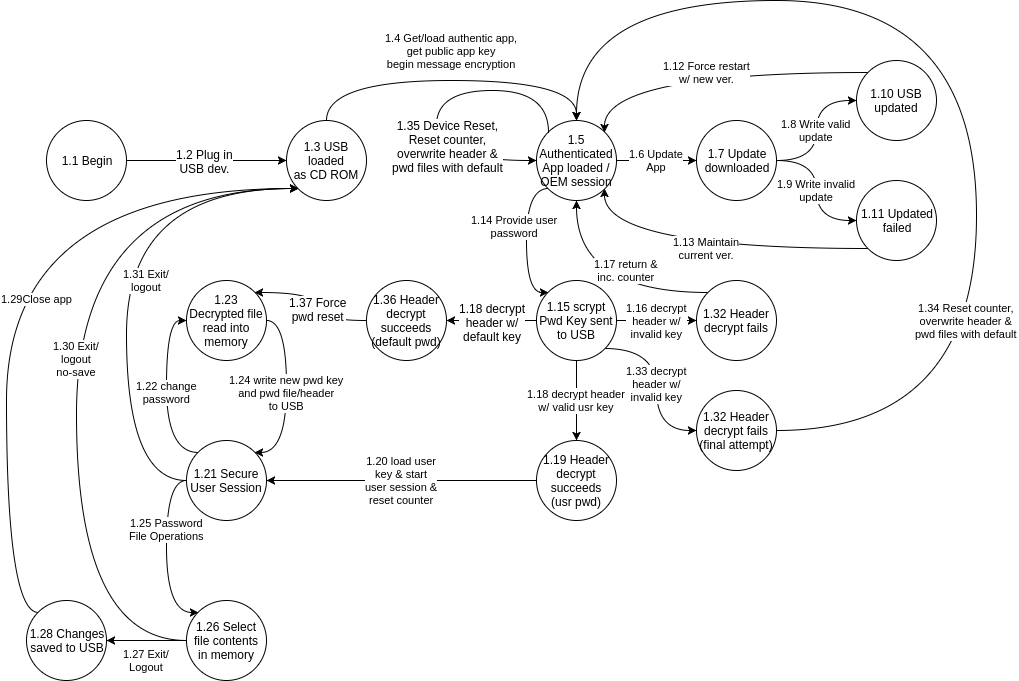
This is graphics/DFD_App.png from pacman47403/B547A1, a draw.io export, as it was before one commit. Source tidied: cells renumbered, new cells last; positions are measured from the earlier drawing's top-left corner, leaving out a move shared by most shapes.
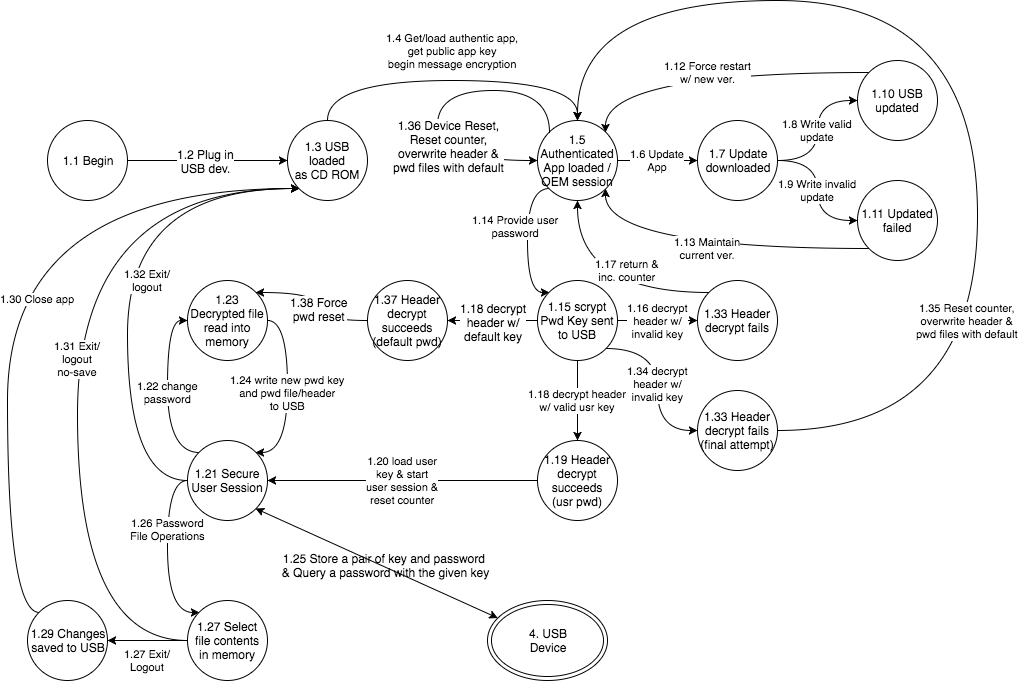
The same diagram one commit later.

Commit message:
Add new DFDs with the key/password management.

Change to the diagram source:
```diff
@@ -42,7 +42,7 @@
     <mxCell id="11" value="1.18 decrypt header&lt;div&gt;w/ valid usr key&lt;/div&gt;" style="edgeStyle=orthogonalEdgeStyle;curved=1;rounded=0;html=1;startArrow=none;startFill=0;endArrow=classic;endFill=1;jettySize=auto;strokeColor=#000000;strokeWidth=1;fontColor=#000000;" parent="1" edge="1" source="15" target="17">
       <mxGeometry relative="1" as="geometry" />
     </mxCell>
-    <mxCell id="12" value="1.33 decrypt&lt;div&gt;header w/&lt;/div&gt;&lt;div&gt;invalid key&lt;/div&gt;" style="edgeStyle=orthogonalEdgeStyle;curved=1;rounded=0;html=1;exitX=1;exitY=1;entryX=0;entryY=0.5;startArrow=none;startFill=0;endArrow=classic;endFill=1;jettySize=auto;strokeColor=#000000;strokeWidth=1;fontColor=#000000;" parent="1" edge="1" source="15" target="39">
+    <mxCell id="12" value="1.34 decrypt&lt;div&gt;header w/&lt;/div&gt;&lt;div&gt;invalid key&lt;/div&gt;" style="edgeStyle=orthogonalEdgeStyle;curved=1;rounded=0;html=1;exitX=1;exitY=1;entryX=0;entryY=0.5;startArrow=none;startFill=0;endArrow=classic;endFill=1;jettySize=auto;strokeColor=#000000;strokeWidth=1;fontColor=#000000;" parent="1" edge="1" source="15" target="39">
       <mxGeometry relative="1" as="geometry" />
     </mxCell>
     <mxCell id="13" style="edgeStyle=orthogonalEdgeStyle;curved=1;rounded=0;html=1;exitX=0;exitY=0.5;entryX=1;entryY=0.5;startArrow=none;startFill=0;endArrow=classic;endFill=1;jettySize=auto;strokeColor=#000000;strokeWidth=1;fontColor=#000000;" parent="1" edge="1" source="15" target="44">
@@ -68,7 +68,7 @@
         </Array>
       </mxGeometry>
     </mxCell>
-    <mxCell id="19" value="1.31 Exit/&lt;div&gt;logout&lt;/div&gt;" style="edgeStyle=orthogonalEdgeStyle;curved=1;rounded=0;html=1;exitX=0;exitY=0.5;entryX=0;entryY=1;startArrow=none;startFill=0;endArrow=classic;endFill=1;jettySize=auto;strokeColor=#000000;strokeWidth=1;fontColor=#000000;" parent="1" edge="1" source="20" target="6">
+    <mxCell id="19" value="1.32 Exit/&lt;div&gt;logout&lt;/div&gt;" style="edgeStyle=orthogonalEdgeStyle;curved=1;rounded=0;html=1;exitX=0;exitY=0.5;entryX=0;entryY=1;startArrow=none;startFill=0;endArrow=classic;endFill=1;jettySize=auto;strokeColor=#000000;strokeWidth=1;fontColor=#000000;" parent="1" edge="1" source="20" target="6">
       <mxGeometry x="-0.01" y="-20" relative="1" as="geometry">
         <Array as="points">
           <mxPoint x="120" y="480" />
@@ -93,7 +93,7 @@
     <mxCell id="23" value="1.17 return &amp;amp;&lt;div&gt;inc. counter&lt;/div&gt;" style="edgeStyle=orthogonalEdgeStyle;curved=1;rounded=0;html=1;exitX=0;exitY=0;entryX=0.5;entryY=1;startArrow=none;startFill=0;endArrow=classic;endFill=1;jettySize=auto;strokeColor=#000000;strokeWidth=1;fontColor=#000000;" parent="1" edge="1" source="24" target="9">
       <mxGeometry x="-0.27" y="-22" relative="1" as="geometry" />
     </mxCell>
-    <mxCell id="24" value="1.32 Header decrypt fails" style="ellipse;whiteSpace=wrap;html=1;strokeColor=#000000;strokeWidth=1;fillColor=#ffffff;fontColor=#000000;align=center;" parent="1" vertex="1">
+    <mxCell id="24" value="1.33 Header decrypt fails" style="ellipse;whiteSpace=wrap;html=1;strokeColor=#000000;strokeWidth=1;fillColor=#ffffff;fontColor=#000000;align=center;" parent="1" vertex="1">
       <mxGeometry x="690" y="280" width="80" height="80" as="geometry" />
     </mxCell>
     <mxCell id="25" value="1.8 Write valid&lt;div&gt;update&lt;/div&gt;" style="edgeStyle=orthogonalEdgeStyle;curved=1;rounded=0;html=1;startArrow=none;startFill=0;endArrow=classic;endFill=1;jettySize=auto;strokeColor=#000000;strokeWidth=1;fontColor=#000000;" parent="1" edge="1" source="27" target="29">
@@ -125,7 +125,7 @@
     <mxCell id="31" value="1.11 Updated&lt;div&gt;failed&lt;/div&gt;" style="ellipse;whiteSpace=wrap;html=1;strokeColor=#000000;strokeWidth=1;fillColor=#ffffff;fontColor=#000000;align=center;" parent="1" vertex="1">
       <mxGeometry x="850" y="180" width="80" height="80" as="geometry" />
     </mxCell>
-    <mxCell id="32" value="1.25 Password&lt;div&gt;File Operations&lt;/div&gt;" style="edgeStyle=orthogonalEdgeStyle;curved=1;rounded=0;html=1;exitX=0;exitY=0.5;entryX=0;entryY=0;startArrow=none;startFill=0;endArrow=classic;endFill=1;jettySize=auto;strokeColor=#000000;strokeWidth=1;fontColor=#000000;" parent="1" edge="1" source="20" target="35">
+    <mxCell id="32" value="1.26 Password&lt;div&gt;File Operations&lt;/div&gt;" style="edgeStyle=orthogonalEdgeStyle;curved=1;rounded=0;html=1;exitX=0;exitY=0.5;entryX=0;entryY=0;startArrow=none;startFill=0;endArrow=classic;endFill=1;jettySize=auto;strokeColor=#000000;strokeWidth=1;fontColor=#000000;" parent="1" edge="1" source="20" target="35">
       <mxGeometry x="-0.25" relative="1" as="geometry">
         <Array as="points">
           <mxPoint x="160" y="480" />
@@ -136,7 +136,7 @@
     <mxCell id="33" value="1.27 Exit/&lt;div&gt;Logout&lt;/div&gt;" style="edgeStyle=orthogonalEdgeStyle;curved=1;rounded=0;html=1;startArrow=none;startFill=0;endArrow=classic;endFill=1;jettySize=auto;strokeColor=#000000;strokeWidth=1;fontColor=#000000;" parent="1" edge="1" source="35" target="37">
       <mxGeometry y="20" relative="1" as="geometry" />
     </mxCell>
-    <mxCell id="34" value="1.30 Exit/&lt;div&gt;logout&lt;/div&gt;&lt;div&gt;no-save&lt;/div&gt;" style="edgeStyle=orthogonalEdgeStyle;curved=1;rounded=0;html=1;exitX=0;exitY=0.5;entryX=0;entryY=1;startArrow=none;startFill=0;endArrow=classic;endFill=1;jettySize=auto;strokeColor=#000000;strokeWidth=1;fontColor=#000000;" parent="1" edge="1" source="35" target="6">
+    <mxCell id="34" value="1.31 Exit/&lt;div&gt;logout&lt;/div&gt;&lt;div&gt;no-save&lt;/div&gt;" style="edgeStyle=orthogonalEdgeStyle;curved=1;rounded=0;html=1;exitX=0;exitY=0.5;entryX=0;entryY=1;startArrow=none;startFill=0;endArrow=classic;endFill=1;jettySize=auto;strokeColor=#000000;strokeWidth=1;fontColor=#000000;" parent="1" edge="1" source="35" target="6">
       <mxGeometry relative="1" as="geometry">
         <Array as="points">
           <mxPoint x="70" y="640" />
@@ -144,10 +144,10 @@
         </Array>
       </mxGeometry>
     </mxCell>
-    <mxCell id="35" value="1.26 Select file contents in memory" style="ellipse;whiteSpace=wrap;html=1;strokeColor=#000000;strokeWidth=1;fillColor=#ffffff;fontColor=#000000;align=center;" parent="1" vertex="1">
+    <mxCell id="35" value="1.27 Select file contents in memory" style="ellipse;whiteSpace=wrap;html=1;strokeColor=#000000;strokeWidth=1;fillColor=#ffffff;fontColor=#000000;align=center;" parent="1" vertex="1">
       <mxGeometry x="180" y="600" width="80" height="80" as="geometry" />
     </mxCell>
-    <mxCell id="36" value="1.29Close app" style="edgeStyle=orthogonalEdgeStyle;curved=1;rounded=0;html=1;exitX=0;exitY=0;entryX=0;entryY=1;startArrow=none;startFill=0;endArrow=classic;endFill=1;jettySize=auto;strokeColor=#000000;strokeWidth=1;fontColor=#000000;" parent="1" edge="1" source="37" target="6">
+    <mxCell id="36" value="1.30 Close app" style="edgeStyle=orthogonalEdgeStyle;curved=1;rounded=0;html=1;exitX=0;exitY=0;entryX=0;entryY=1;startArrow=none;startFill=0;endArrow=classic;endFill=1;jettySize=auto;strokeColor=#000000;strokeWidth=1;fontColor=#000000;" parent="1" edge="1" source="37" target="6">
       <mxGeometry x="-0.08" y="-30" relative="1" as="geometry">
         <Array as="points">
           <mxPoint y="612" />
@@ -155,10 +155,10 @@
         </Array>
       </mxGeometry>
     </mxCell>
-    <mxCell id="37" value="1.28 Changes&lt;div&gt;saved to USB&lt;/div&gt;" style="ellipse;whiteSpace=wrap;html=1;strokeColor=#000000;strokeWidth=1;fillColor=#ffffff;fontColor=#000000;align=center;" parent="1" vertex="1">
+    <mxCell id="37" value="1.29 Changes&lt;div&gt;saved to USB&lt;/div&gt;" style="ellipse;whiteSpace=wrap;html=1;strokeColor=#000000;strokeWidth=1;fillColor=#ffffff;fontColor=#000000;align=center;" parent="1" vertex="1">
       <mxGeometry x="20" y="600" width="80" height="80" as="geometry" />
     </mxCell>
-    <mxCell id="38" value="1.34 Reset counter,&lt;div&gt;overwrite header &amp;amp;&lt;/div&gt;&lt;div&gt;pwd files with default&lt;/div&gt;" style="edgeStyle=orthogonalEdgeStyle;curved=1;rounded=0;html=1;exitX=1;exitY=0.5;entryX=0.5;entryY=0;startArrow=none;startFill=0;endArrow=classic;endFill=1;jettySize=auto;strokeColor=#000000;strokeWidth=1;fontColor=#000000;" parent="1" edge="1" source="39" target="9">
+    <mxCell id="38" value="1.35 Reset counter,&lt;div&gt;&lt;div&gt;overwrite header &amp;amp;&lt;/div&gt;&lt;div&gt;pwd files with default&lt;/div&gt;&lt;/div&gt;" style="edgeStyle=orthogonalEdgeStyle;curved=1;rounded=0;html=1;exitX=1;exitY=0.5;entryX=0.5;entryY=0;startArrow=none;startFill=0;endArrow=classic;endFill=1;jettySize=auto;strokeColor=#000000;strokeWidth=1;fontColor=#000000;" parent="1" edge="1" source="39" target="9">
       <mxGeometry x="-0.67" y="110" relative="1" as="geometry">
         <Array as="points">
           <mxPoint x="970" y="430" />
@@ -167,7 +167,7 @@
         </Array>
       </mxGeometry>
     </mxCell>
-    <mxCell id="39" value="1.32 Header decrypt fails (final attempt)" style="ellipse;whiteSpace=wrap;html=1;strokeColor=#000000;strokeWidth=1;fillColor=#ffffff;fontColor=#000000;align=center;" parent="1" vertex="1">
+    <mxCell id="39" value="1.33 Header decrypt fails (final attempt)" style="ellipse;whiteSpace=wrap;html=1;strokeColor=#000000;strokeWidth=1;fillColor=#ffffff;fontColor=#000000;align=center;" parent="1" vertex="1">
       <mxGeometry x="690" y="390" width="80" height="80" as="geometry" />
     </mxCell>
     <mxCell id="40" style="edgeStyle=orthogonalEdgeStyle;curved=1;rounded=0;html=1;exitX=0;exitY=0;entryX=0;entryY=0.5;startArrow=none;startFill=0;endArrow=classic;endFill=1;jettySize=auto;orthogonalLoop=1;strokeColor=#000000;strokeWidth=1;fontColor=#000000;" parent="1" edge="1" source="9" target="9">
@@ -179,17 +179,26 @@
         </Array>
       </mxGeometry>
     </mxCell>
-    <mxCell id="41" value="&lt;span&gt;1.35 Device Reset,&lt;/span&gt;&lt;div&gt;&lt;span&gt;Reset counter,&lt;/span&gt;&lt;div&gt;overwrite header &amp;amp;&lt;/div&gt;&lt;div&gt;pwd files with default&lt;/div&gt;&lt;/div&gt;" style="text;html=1;align=center;verticalAlign=middle;labelBackgroundColor=#ffffff;fontColor=#000000;" parent="40" vertex="1">
+    <mxCell id="41" value="&lt;span&gt;1.36 Device Reset,&lt;/span&gt;&lt;div&gt;&lt;span&gt;Reset counter,&lt;/span&gt;&lt;div&gt;overwrite header &amp;amp;&lt;/div&gt;&lt;div&gt;pwd files with default&lt;/div&gt;&lt;/div&gt;" style="text;html=1;align=center;verticalAlign=middle;labelBackgroundColor=#ffffff;fontColor=#000000;" parent="40" vertex="1">
       <mxGeometry x="0.29" y="11" relative="1" as="geometry" />
     </mxCell>
     <mxCell id="42" style="edgeStyle=orthogonalEdgeStyle;curved=1;rounded=0;html=1;exitX=0;exitY=0.5;entryX=1;entryY=0;startArrow=none;startFill=0;endArrow=classic;endFill=1;jettySize=auto;strokeColor=#000000;strokeWidth=1;fontColor=#000000;" parent="1" edge="1" source="44" target="22">
       <mxGeometry relative="1" as="geometry" />
     </mxCell>
-    <mxCell id="43" value="1.37 Force&lt;div&gt;pwd reset&lt;/div&gt;" style="text;html=1;align=center;verticalAlign=middle;labelBackgroundColor=#ffffff;fontColor=#000000;" parent="42" vertex="1">
+    <mxCell id="43" value="1.38 Force&lt;div&gt;pwd reset&lt;/div&gt;" style="text;html=1;align=center;verticalAlign=middle;labelBackgroundColor=#ffffff;fontColor=#000000;" parent="42" vertex="1">
       <mxGeometry x="-0.3" y="-12" relative="1" as="geometry" />
     </mxCell>
-    <mxCell id="44" value="1.36 Header decrypt succeeds&lt;div&gt;(default pwd)&lt;/div&gt;" style="ellipse;whiteSpace=wrap;html=1;strokeColor=#000000;strokeWidth=1;fillColor=#ffffff;fontColor=#000000;align=center;" parent="1" vertex="1">
+    <mxCell id="44" value="1.37 Header decrypt succeeds&lt;div&gt;(default pwd)&lt;/div&gt;" style="ellipse;whiteSpace=wrap;html=1;strokeColor=#000000;strokeWidth=1;fillColor=#ffffff;fontColor=#000000;align=center;" parent="1" vertex="1">
       <mxGeometry x="360" y="280" width="80" height="80" as="geometry" />
     </mxCell>
+    <mxCell id="45" value="4. USB&lt;div&gt;Device&lt;/div&gt;" style="ellipse;shape=doubleEllipse;whiteSpace=wrap;html=1;" parent="1" vertex="1">
+      <mxGeometry x="480" y="600" width="120" height="80" as="geometry" />
+    </mxCell>
+    <mxCell id="46" style="endArrow=classic;startArrow=classic;html=1;exitX=1;exitY=1;" parent="1" edge="1" source="20" target="45">
+      <mxGeometry relative="1" as="geometry" />
+    </mxCell>
+    <mxCell id="47" value="1.25 Store a pair of key and password&amp;nbsp;&lt;div&gt;&amp;amp; Query a password with the given key&lt;/div&gt;" style="text;html=1;strokeColor=none;fillColor=none;align=center;verticalAlign=middle;whiteSpace=wrap;" parent="1" vertex="1">
+      <mxGeometry x="265" y="540" width="225" height="50" as="geometry" />
+    </mxCell>
   </root>
 </mxGraphModel>
```
